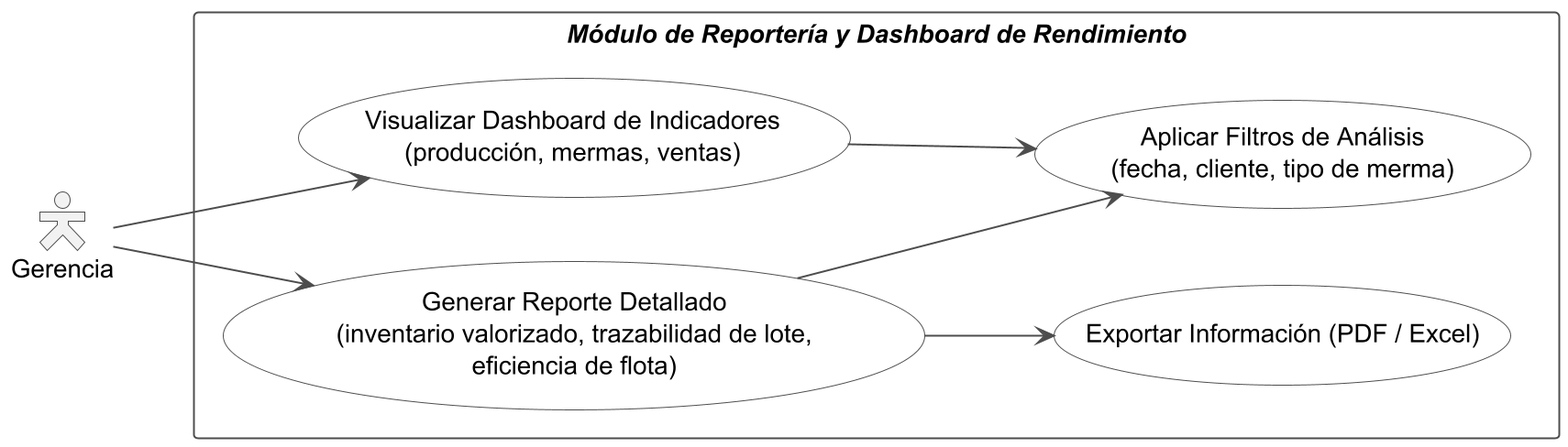
Earlier version of the PlantUML export diagramas/iteraciones/iteracion5_casos_de_uso.png (DecosUniversity/distri_yaneth_backend). Source of this version:
```plantuml
@startuml iteracion5_casos_de_uso
skinparamlocked dpi 190
skinparam shadowing false
skinparam packageStyle rectangle
skinparam actorStyle hollow
left to right direction
skinparam actor {
  BorderColor #4D4D4D
  BackgroundColor #F2F2F2
}
skinparam usecase {
  BackgroundColor #FFFFFF
  BorderColor #4D4D4D
  ArrowColor #4D4D4D
}
skinparam rectangle {
  BorderColor #4D4D4D
  BackgroundColor #FFFFFF
}

actor "Gerencia" as G

rectangle "**//Módulo de Reportería y Dashboard de Rendimiento//**" {
  usecase "Visualizar Dashboard de Indicadores\n(producción, mermas, ventas)" as UC_Dash
  usecase "Aplicar Filtros de Análisis\n(fecha, cliente, tipo de merma)" as UC_Filtros
  usecase "Generar Reporte Detallado\n(inventario valorizado, trazabilidad de lote,\neficiencia de flota)" as UC_Rep
  usecase "Exportar Información (PDF / Excel)" as UC_Exp
}

G --> UC_Dash
G --> UC_Rep
UC_Dash --> UC_Filtros
UC_Rep --> UC_Filtros
UC_Rep --> UC_Exp

@enduml
```
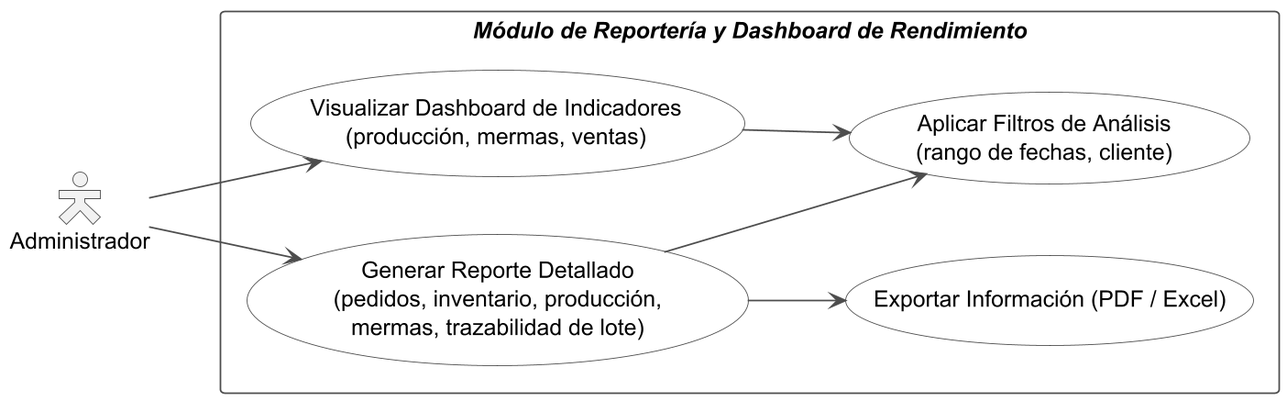
Above is the later version.

What changed in the source:
```diff
@@ -1,5 +1,5 @@
 @startuml iteracion5_casos_de_uso
-skinparamlocked dpi 190
+skinparamlocked dpi 170
 skinparam shadowing false
 skinparam packageStyle rectangle
 skinparam actorStyle hollow
@@ -18,12 +18,12 @@
   BackgroundColor #FFFFFF
 }
 
-actor "Gerencia" as G
+actor "Administrador" as G
 
 rectangle "**//Módulo de Reportería y Dashboard de Rendimiento//**" {
   usecase "Visualizar Dashboard de Indicadores\n(producción, mermas, ventas)" as UC_Dash
-  usecase "Aplicar Filtros de Análisis\n(fecha, cliente, tipo de merma)" as UC_Filtros
-  usecase "Generar Reporte Detallado\n(inventario valorizado, trazabilidad de lote,\neficiencia de flota)" as UC_Rep
+  usecase "Aplicar Filtros de Análisis\n(rango de fechas, cliente)" as UC_Filtros
+  usecase "Generar Reporte Detallado\n(pedidos, inventario, producción,\nmermas, trazabilidad de lote)" as UC_Rep
   usecase "Exportar Información (PDF / Excel)" as UC_Exp
 }
 
```
